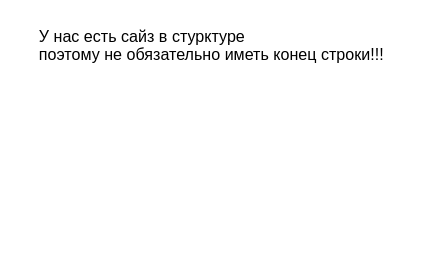
Above: page "Страница 5" (5 of 5) of thougths.drawio in vlukjanenko/ft_printf (draw.io), before the change. Source tidied: cells renumbered, new cells numbered last; positions are measured from the earlier drawing's top-left corner, leaving out a move shared by most shapes. Both pictures are drawn from the tidied source at 134%, with x=0, y=0 at pixel (36, 23).
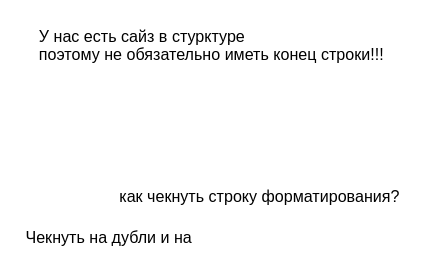
The same diagram, later.

The edit, as a diff of the source:
```diff
@@
 <mxGraphModel>
   <root>
     <mxCell id="0" />
     <mxCell id="1" parent="0" />
     <mxCell id="2" value="У нас есть сайз в стурктуре&lt;br&gt;поэтому не обязательно иметь конец строки!!!" style="text;html=1;align=left;verticalAlign=top;spacingTop=-4;" parent="1" vertex="1">
       <mxGeometry width="280" height="30" as="geometry" />
     </mxCell>
+    <mxCell id="3" value="как чекнуть строку форматирования?" style="text;html=1;align=left;verticalAlign=top;spacingTop=-4;" parent="1" vertex="1">
+      <mxGeometry x="60" y="120" width="230" height="20" as="geometry" />
+    </mxCell>
+    <mxCell id="4" value="Чекнуть на дубли и на" style="text;html=1;align=left;verticalAlign=top;spacingTop=-4;" parent="1" vertex="1">
+      <mxGeometry x="-10" y="150" width="140" height="20" as="geometry" />
+    </mxCell>
   </root>
 </mxGraphModel>
```
